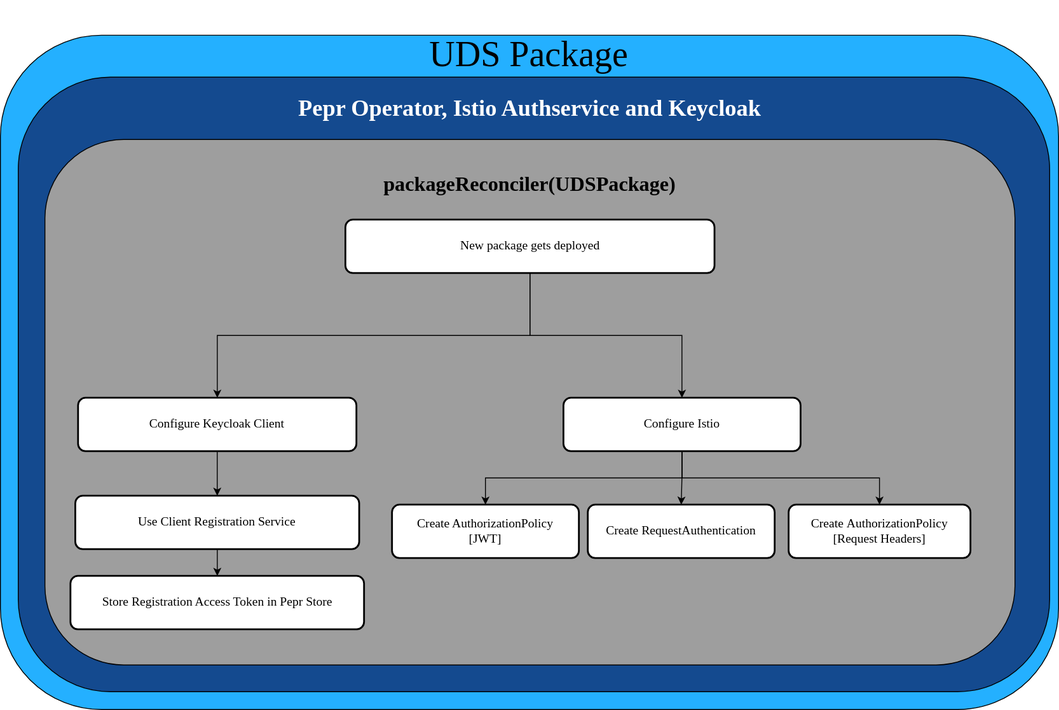
Before: docs/.images/diagrams/uds-core-operator-authservice-keycloak.svg, a diagram exported from draw.io (defenseunicorns/uds-core). Source tidied: cells renumbered, new cells last; positions are measured from the earlier drawing's top-left corner, leaving out a move shared by most shapes.
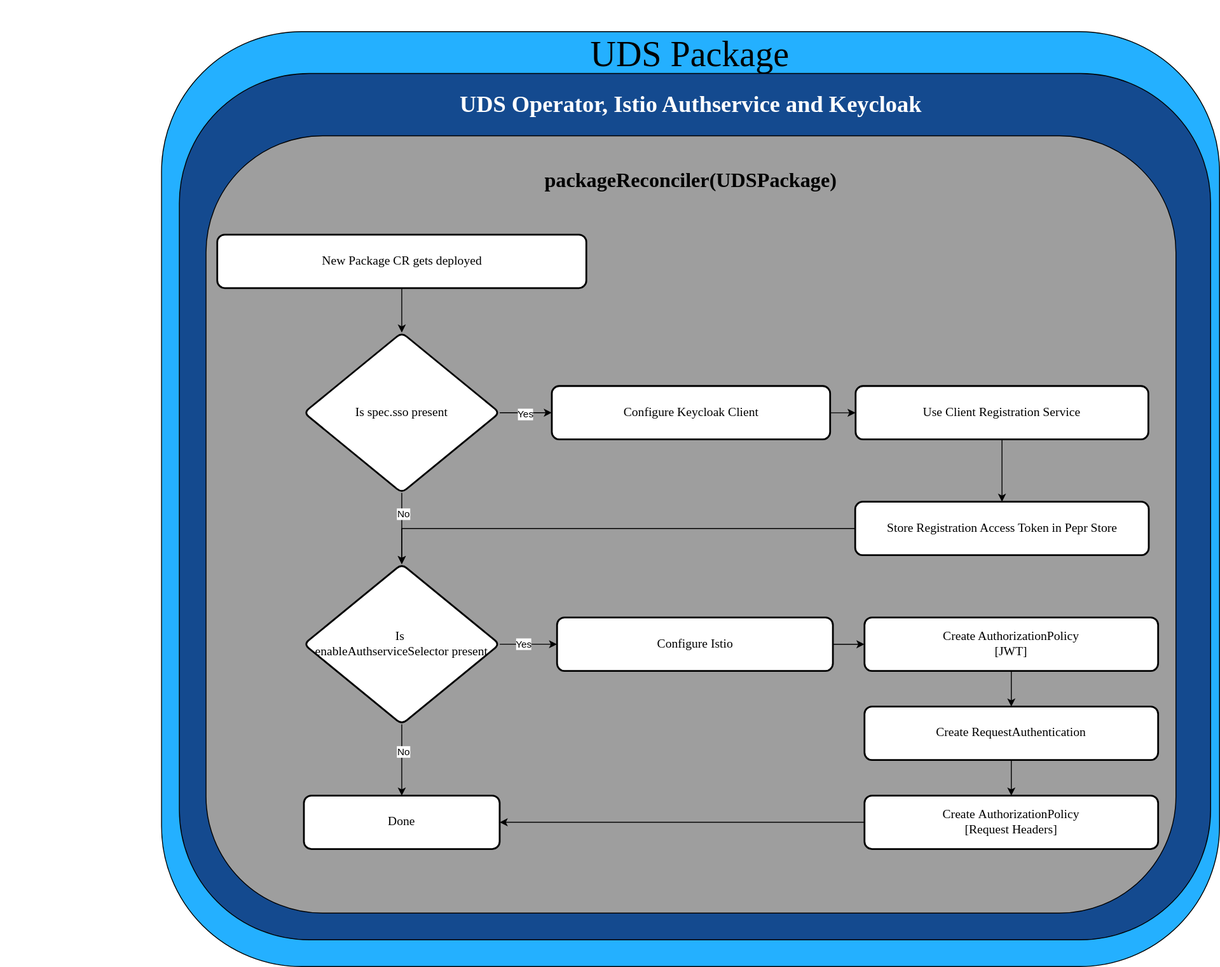
The same diagram one commit later.

The edit, as a diff of the source:
```diff
@@ -3,67 +3,111 @@
     <mxCell id="0" />
     <mxCell id="1" parent="0" />
     <mxCell id="2" style="rounded=1;whiteSpace=wrap;html=1;fontSize=12;glass=0;strokeWidth=1;shadow=0;fillColor=light-dark(#24B0FF,#24B0FF);strokeColor=light-dark(#000000,#000000);fontFamily=Poppins;fontSource=https%3A%2F%2Ffonts.googleapis.com%2Fcss%3Ffamily%3DPoppins;" parent="1" vertex="1">
-      <mxGeometry width="1189" height="757" as="geometry" />
+      <mxGeometry width="1189" height="1050" as="geometry" />
     </mxCell>
     <mxCell id="3" style="rounded=1;whiteSpace=wrap;html=1;fontSize=12;glass=0;strokeWidth=1;shadow=0;fillColor=light-dark(#144A8F,#144A8F);strokeColor=light-dark(#000000,#000000);fontFamily=Poppins;fontSource=https%3A%2F%2Ffonts.googleapis.com%2Fcss%3Ffamily%3DPoppins;" parent="1" vertex="1">
-      <mxGeometry x="20" y="47" width="1159" height="690" as="geometry" />
+      <mxGeometry x="20" y="47" width="1159" height="973" as="geometry" />
     </mxCell>
     <mxCell id="4" value="&lt;h1&gt;&lt;font style=&quot;font-size: 40px; font-weight: normal;&quot;&gt;UDS Package&lt;/font&gt;&lt;/h1&gt;" style="text;html=1;align=center;verticalAlign=middle;whiteSpace=wrap;rounded=0;fontColor=light-dark(#000000,#000000);fontFamily=Teko;fontSource=https%3A%2F%2Ffonts.googleapis.com%2Fcss%3Ffamily%3DTeko;fontSize=23;fontStyle=1;" parent="1" vertex="1">
-      <mxGeometry x="464.3" y="4" width="260.3" height="30" as="geometry" />
+      <mxGeometry x="464.3" y="8" width="260.3" height="30" as="geometry" />
     </mxCell>
-    <mxCell id="5" value="&lt;b&gt;&lt;font style=&quot;font-size: 26px;&quot;&gt;Pepr Operator, Istio Authservice and Keycloak&lt;/font&gt;&lt;/b&gt;" style="text;html=1;align=center;verticalAlign=middle;whiteSpace=wrap;rounded=0;fontColor=light-dark(#FFFFFF,#FFFFFF);fontFamily=Poppins;fontSource=https%3A%2F%2Ffonts.googleapis.com%2Fcss%3Ffamily%3DPoppins;" parent="1" vertex="1">
+    <mxCell id="5" value="&lt;b&gt;&lt;font style=&quot;font-size: 26px;&quot;&gt;UDS Operator, Istio Authservice and Keycloak&lt;/font&gt;&lt;/b&gt;" style="text;html=1;align=center;verticalAlign=middle;whiteSpace=wrap;rounded=0;fontColor=light-dark(#FFFFFF,#FFFFFF);fontFamily=Poppins;fontSource=https%3A%2F%2Ffonts.googleapis.com%2Fcss%3Ffamily%3DPoppins;" parent="1" vertex="1">
       <mxGeometry x="207.9" y="67" width="774.2" height="30" as="geometry" />
     </mxCell>
     <mxCell id="6" style="rounded=1;whiteSpace=wrap;html=1;fontSize=12;glass=0;strokeWidth=1;shadow=0;fillColor=light-dark(#9E9E9E,#9E9E9E);strokeColor=light-dark(#000000,#000000);fontFamily=Poppins;fontSource=https%3A%2F%2Ffonts.googleapis.com%2Fcss%3Ffamily%3DPoppins;" parent="1" vertex="1">
-      <mxGeometry x="50" y="117" width="1090" height="590" as="geometry" />
+      <mxGeometry x="50" y="117" width="1090" height="873" as="geometry" />
     </mxCell>
     <mxCell id="7" value="&lt;h1&gt;&lt;font style=&quot;font-size: 23px; color: light-dark(rgb(0, 0, 0), rgb(0, 0, 0));&quot;&gt;packageReconciler(UDSPackage)&lt;/font&gt;&lt;/h1&gt;" style="text;html=1;align=center;verticalAlign=middle;whiteSpace=wrap;rounded=0;fontFamily=Poppins;fontSource=https%3A%2F%2Ffonts.googleapis.com%2Fcss%3Ffamily%3DPoppins;" parent="1" vertex="1">
       <mxGeometry x="95.2" y="147" width="999.6" height="40" as="geometry" />
     </mxCell>
-    <mxCell id="8" style="edgeStyle=orthogonalEdgeStyle;rounded=0;jettySize=auto;html=1;fontColor=light-dark(#000000,#000000);labelBackgroundColor=light-dark(#FFFFFF,#FFFFFF);strokeColor=light-dark(#000000,#000000);fontFamily=Poppins;fontSource=https%3A%2F%2Ffonts.googleapis.com%2Fcss%3Ffamily%3DPoppins;" parent="1" edge="1" source="9" target="11">
+    <mxCell id="8" style="edgeStyle=orthogonalEdgeStyle;rounded=0;jettySize=auto;html=1;" parent="1" edge="1" source="9" target="29">
       <mxGeometry relative="1" as="geometry" />
     </mxCell>
-    <mxCell id="9" value="New package gets deployed" style="rounded=1;whiteSpace=wrap;html=1;arcSize=14;strokeWidth=2;fillColor=light-dark(#FFFFFF,#FFFFFF);strokeColor=light-dark(#000000,#000000);fontColor=light-dark(#000000,#000000);fontSize=14;fontFamily=Poppins;fontSource=https%3A%2F%2Ffonts.googleapis.com%2Fcss%3Ffamily%3DPoppins;" parent="1" vertex="1">
-      <mxGeometry x="387.6" y="207" width="414.8" height="60" as="geometry" />
+    <mxCell id="9" value="&lt;font&gt;New Package CR gets deployed&lt;/font&gt;" style="rounded=1;whiteSpace=wrap;html=1;arcSize=14;strokeWidth=2;fillColor=light-dark(#FFFFFF,#FFFFFF);strokeColor=light-dark(#000000,#000000);fontColor=light-dark(#000000,#000000);fontSize=14;fontFamily=Poppins;" parent="1" vertex="1">
+      <mxGeometry x="62.6" y="228" width="414.8" height="60" as="geometry" />
     </mxCell>
     <mxCell id="10" style="edgeStyle=orthogonalEdgeStyle;rounded=0;jettySize=auto;html=1;fontColor=light-dark(#000000,#000000);labelBackgroundColor=light-dark(#FFFFFF,#FFFFFF);strokeColor=light-dark(#000000,#000000);fontFamily=Poppins;fontSource=https%3A%2F%2Ffonts.googleapis.com%2Fcss%3Ffamily%3DPoppins;" parent="1" edge="1" source="11" target="12">
       <mxGeometry relative="1" as="geometry" />
     </mxCell>
     <mxCell id="11" value="Configure Keycloak Client" style="rounded=1;whiteSpace=wrap;html=1;arcSize=14;strokeWidth=2;fillColor=light-dark(#FFFFFF,#FFFFFF);strokeColor=light-dark(#000000,#000000);fontColor=light-dark(#000000,#000000);fontSize=14;fontFamily=Poppins;fontSource=https%3A%2F%2Ffonts.googleapis.com%2Fcss%3Ffamily%3DPoppins;" parent="1" vertex="1">
-      <mxGeometry x="87.2" y="407" width="312.8" height="60" as="geometry" />
+      <mxGeometry x="438.6" y="398" width="312.8" height="60" as="geometry" />
     </mxCell>
     <mxCell id="12" value="Use Client Registration Service" style="rounded=1;whiteSpace=wrap;html=1;arcSize=14;strokeWidth=2;fillColor=light-dark(#FFFFFF,#FFFFFF);strokeColor=light-dark(#000000,#000000);fontColor=light-dark(#000000,#000000);fontSize=14;fontFamily=Poppins;fontSource=https%3A%2F%2Ffonts.googleapis.com%2Fcss%3Ffamily%3DPoppins;" parent="1" vertex="1">
-      <mxGeometry x="84.1" y="517" width="319" height="60" as="geometry" />
+      <mxGeometry x="780" y="398" width="329" height="60" as="geometry" />
     </mxCell>
-    <mxCell id="13" value="Store&amp;nbsp;Registration Access Token in Pepr Store" style="whiteSpace=wrap;html=1;fontSize=14;fontFamily=Poppins;fillColor=light-dark(#FFFFFF,#FFFFFF);strokeColor=light-dark(#000000,#000000);fontColor=light-dark(#000000,#000000);rounded=1;arcSize=14;strokeWidth=2;fontSource=https%3A%2F%2Ffonts.googleapis.com%2Fcss%3Ffamily%3DPoppins;" parent="1" vertex="1">
-      <mxGeometry x="78.7" y="607" width="329.9" height="60" as="geometry" />
+    <mxCell id="13" style="edgeStyle=orthogonalEdgeStyle;rounded=0;jettySize=auto;html=1;entryX=0.5;entryY=0;entryDx=0;entryDy=0;" parent="1" edge="1" source="14" target="26">
+      <mxGeometry relative="1" as="geometry" />
     </mxCell>
-    <mxCell id="14" style="edgeStyle=orthogonalEdgeStyle;rounded=0;jettySize=auto;html=1;strokeColor=#000000;" parent="1" edge="1" source="12" target="13">
-      <mxGeometry relative="1" as="geometry" />
+    <mxCell id="14" value="Store&amp;nbsp;Registration Access Token in Pepr Store" style="whiteSpace=wrap;html=1;fontSize=14;fontFamily=Poppins;fillColor=light-dark(#FFFFFF,#FFFFFF);strokeColor=light-dark(#000000,#000000);fontColor=light-dark(#000000,#000000);rounded=1;arcSize=14;strokeWidth=2;fontSource=https%3A%2F%2Ffonts.googleapis.com%2Fcss%3Ffamily%3DPoppins;" parent="1" vertex="1">
+      <mxGeometry x="779.6" y="528" width="329.9" height="60" as="geometry" />
     </mxCell>
-    <mxCell id="15" value="Configure Istio" style="whiteSpace=wrap;html=1;fontSize=14;fontFamily=Poppins;fillColor=light-dark(#FFFFFF,#FFFFFF);strokeColor=light-dark(#000000,#000000);fontColor=light-dark(#000000,#000000);rounded=1;arcSize=14;strokeWidth=2;fontSource=https%3A%2F%2Ffonts.googleapis.com%2Fcss%3Ffamily%3DPoppins;" parent="1" vertex="1">
-      <mxGeometry x="632.6" y="407" width="266.5" height="60" as="geometry" />
+    <mxCell id="15" style="edgeStyle=orthogonalEdgeStyle;rounded=0;jettySize=auto;html=1;strokeColor=#000000;" parent="1" edge="1" source="12" target="14">
+      <mxGeometry relative="1" as="geometry" />
     </mxCell>
-    <mxCell id="16" style="edgeStyle=orthogonalEdgeStyle;rounded=0;jettySize=auto;html=1;strokeColor=#000000;" parent="1" edge="1" source="9" target="15">
-      <mxGeometry relative="1" as="geometry" />
+    <mxCell id="16" value="Configure Istio" style="whiteSpace=wrap;html=1;fontSize=14;fontFamily=Poppins;fillColor=light-dark(#FFFFFF,#FFFFFF);strokeColor=light-dark(#000000,#000000);fontColor=light-dark(#000000,#000000);rounded=1;arcSize=14;strokeWidth=2;fontSource=https%3A%2F%2Ffonts.googleapis.com%2Fcss%3Ffamily%3DPoppins;" parent="1" vertex="1">
+      <mxGeometry x="444.5" y="658" width="310" height="60" as="geometry" />
     </mxCell>
-    <mxCell id="17" value="Create AuthorizationPolicy&lt;br&gt;[JWT]" style="whiteSpace=wrap;html=1;fontSize=14;fontFamily=Poppins;fillColor=light-dark(#FFFFFF,#FFFFFF);strokeColor=light-dark(#000000,#000000);fontColor=light-dark(#000000,#000000);rounded=1;arcSize=14;strokeWidth=2;fontSource=https%3A%2F%2Ffonts.googleapis.com%2Fcss%3Ffamily%3DPoppins;" parent="1" vertex="1">
-      <mxGeometry x="440" y="527" width="210" height="60" as="geometry" />
+    <mxCell id="17" style="edgeStyle=orthogonalEdgeStyle;rounded=0;jettySize=auto;html=1;" parent="1" edge="1" source="18" target="21">
+      <mxGeometry relative="1" as="geometry" />
     </mxCell>
-    <mxCell id="18" style="edgeStyle=orthogonalEdgeStyle;rounded=0;jettySize=auto;html=1;strokeColor=#000000;" parent="1" edge="1" source="15" target="17">
-      <mxGeometry relative="1" as="geometry" />
+    <mxCell id="18" value="Create AuthorizationPolicy&lt;br&gt;[JWT]" style="whiteSpace=wrap;html=1;fontSize=14;fontFamily=Poppins;fillColor=light-dark(#FFFFFF,#FFFFFF);strokeColor=light-dark(#000000,#000000);fontColor=light-dark(#000000,#000000);rounded=1;arcSize=14;strokeWidth=2;fontSource=https%3A%2F%2Ffonts.googleapis.com%2Fcss%3Ffamily%3DPoppins;" parent="1" vertex="1">
+      <mxGeometry x="790" y="658" width="330" height="60" as="geometry" />
     </mxCell>
-    <mxCell id="19" value="Create&amp;nbsp;RequestAuthentication" style="whiteSpace=wrap;html=1;fontSize=14;fontFamily=Poppins;fillColor=light-dark(#FFFFFF,#FFFFFF);strokeColor=light-dark(#000000,#000000);fontColor=light-dark(#000000,#000000);rounded=1;arcSize=14;strokeWidth=2;fontSource=https%3A%2F%2Ffonts.googleapis.com%2Fcss%3Ffamily%3DPoppins;" parent="1" vertex="1">
-      <mxGeometry x="660" y="527" width="210" height="60" as="geometry" />
+    <mxCell id="19" style="edgeStyle=orthogonalEdgeStyle;rounded=0;jettySize=auto;html=1;strokeColor=#000000;" parent="1" edge="1" source="16" target="18">
+      <mxGeometry relative="1" as="geometry" />
     </mxCell>
-    <mxCell id="20" style="edgeStyle=orthogonalEdgeStyle;rounded=0;jettySize=auto;html=1;strokeColor=#000000;" parent="1" edge="1" source="15" target="19">
+    <mxCell id="20" style="edgeStyle=orthogonalEdgeStyle;rounded=0;jettySize=auto;html=1;" parent="1" edge="1" source="21" target="23">
       <mxGeometry relative="1" as="geometry" />
     </mxCell>
-    <mxCell id="21" value="Create&amp;nbsp;AuthorizationPolicy&lt;br&gt;[Request Headers]" style="whiteSpace=wrap;html=1;fontSize=14;fontFamily=Poppins;fillColor=light-dark(#FFFFFF,#FFFFFF);strokeColor=light-dark(#000000,#000000);fontColor=light-dark(#000000,#000000);rounded=1;arcSize=14;strokeWidth=2;fontSource=https%3A%2F%2Ffonts.googleapis.com%2Fcss%3Ffamily%3DPoppins;" parent="1" vertex="1">
-      <mxGeometry x="885.7" y="527" width="204.3" height="60" as="geometry" />
+    <mxCell id="21" value="Create&amp;nbsp;RequestAuthentication" style="whiteSpace=wrap;html=1;fontSize=14;fontFamily=Poppins;fillColor=light-dark(#FFFFFF,#FFFFFF);strokeColor=light-dark(#000000,#000000);fontColor=light-dark(#000000,#000000);rounded=1;arcSize=14;strokeWidth=2;fontSource=https%3A%2F%2Ffonts.googleapis.com%2Fcss%3Ffamily%3DPoppins;" parent="1" vertex="1">
+      <mxGeometry x="790" y="758" width="330" height="60" as="geometry" />
     </mxCell>
-    <mxCell id="22" style="edgeStyle=orthogonalEdgeStyle;rounded=0;jettySize=auto;html=1;strokeColor=#000000;" parent="1" edge="1" source="15" target="21">
+    <mxCell id="22" style="edgeStyle=orthogonalEdgeStyle;rounded=0;jettySize=auto;html=1;" parent="1" edge="1" source="23" target="30">
       <mxGeometry relative="1" as="geometry" />
     </mxCell>
+    <mxCell id="23" value="Create&amp;nbsp;AuthorizationPolicy&lt;br&gt;[Request Headers]" style="whiteSpace=wrap;html=1;fontSize=14;fontFamily=Poppins;fillColor=light-dark(#FFFFFF,#FFFFFF);strokeColor=light-dark(#000000,#000000);fontColor=light-dark(#000000,#000000);rounded=1;arcSize=14;strokeWidth=2;fontSource=https%3A%2F%2Ffonts.googleapis.com%2Fcss%3Ffamily%3DPoppins;" parent="1" vertex="1">
+      <mxGeometry x="790" y="858" width="330" height="60" as="geometry" />
+    </mxCell>
+    <mxCell id="24" style="edgeStyle=orthogonalEdgeStyle;rounded=0;jettySize=auto;html=1;" parent="1" edge="1" source="26" target="30">
+      <mxGeometry relative="1" as="geometry" />
+    </mxCell>
+    <mxCell id="25" style="edgeStyle=orthogonalEdgeStyle;rounded=0;jettySize=auto;html=1;" parent="1" edge="1" source="26" target="16">
+      <mxGeometry relative="1" as="geometry" />
+    </mxCell>
+    <mxCell id="26" value="Is&amp;nbsp;&lt;br&gt;enableAuthserviceSelector present" style="rhombus;whiteSpace=wrap;html=1;rounded=1;arcSize=14;strokeWidth=2;fillColor=light-dark(#FFFFFF,#FFFFFF);strokeColor=light-dark(#000000,#000000);fontColor=light-dark(#000000,#000000);fontSize=14;fontFamily=Poppins;fontSource=https://fonts.googleapis.com/css?family=Poppins;" parent="1" vertex="1">
+      <mxGeometry x="160" y="598" width="220" height="180" as="geometry" />
+    </mxCell>
+    <mxCell id="27" style="edgeStyle=orthogonalEdgeStyle;rounded=0;jettySize=auto;html=1;" parent="1" edge="1" source="29" target="26">
+      <mxGeometry relative="1" as="geometry" />
+    </mxCell>
+    <mxCell id="28" style="edgeStyle=orthogonalEdgeStyle;rounded=0;jettySize=auto;html=1;" parent="1" edge="1" source="29" target="11">
+      <mxGeometry relative="1" as="geometry" />
+    </mxCell>
+    <mxCell id="29" value="Is&amp;nbsp;spec.sso present" style="rhombus;whiteSpace=wrap;html=1;rounded=1;arcSize=14;strokeWidth=2;fillColor=light-dark(#FFFFFF,#FFFFFF);strokeColor=light-dark(#000000,#000000);fontColor=light-dark(#000000,#000000);fontSize=14;fontFamily=Poppins;fontSource=https://fonts.googleapis.com/css?family=Poppins;" parent="1" vertex="1">
+      <mxGeometry x="160" y="338" width="220" height="180" as="geometry" />
+    </mxCell>
+    <mxCell id="30" value="Done" style="whiteSpace=wrap;html=1;fontSize=14;fontFamily=Poppins;fillColor=light-dark(#FFFFFF,#FFFFFF);strokeColor=light-dark(#000000,#000000);fontColor=light-dark(#000000,#000000);rounded=1;arcSize=14;strokeWidth=2;fontSource=https%3A%2F%2Ffonts.googleapis.com%2Fcss%3Ffamily%3DPoppins;" parent="1" vertex="1">
+      <mxGeometry x="160" y="858" width="220" height="60" as="geometry" />
+    </mxCell>
+    <mxCell id="31" value="Yes" style="edgeLabel;html=1;align=center;verticalAlign=middle;fontColor=light-dark(#000000,#000000);labelBackgroundColor=light-dark(#FFFFFF,#FFFFFF);" parent="1" vertex="1">
+      <mxGeometry x="-152" y="485" as="geometry">
+        <mxPoint x="560" y="-56" as="offset" />
+      </mxGeometry>
+    </mxCell>
+    <mxCell id="32" value="Yes" style="edgeLabel;html=1;align=center;verticalAlign=middle;fontColor=light-dark(#000000,#000000);labelBackgroundColor=light-dark(#FFFFFF,#FFFFFF);" parent="1" vertex="1">
+      <mxGeometry x="-46" y="744" as="geometry">
+        <mxPoint x="452" y="-57" as="offset" />
+      </mxGeometry>
+    </mxCell>
+    <mxCell id="33" value="No" style="edgeLabel;html=1;align=center;verticalAlign=middle;fontColor=light-dark(#000000,#000000);labelBackgroundColor=light-dark(#FFFFFF,#FFFFFF);" parent="1" vertex="1">
+      <mxGeometry x="-181" y="598" as="geometry">
+        <mxPoint x="452" y="-57" as="offset" />
+      </mxGeometry>
+    </mxCell>
+    <mxCell id="34" value="No" style="edgeLabel;html=1;align=center;verticalAlign=middle;fontColor=light-dark(#000000,#000000);labelBackgroundColor=light-dark(#FFFFFF,#FFFFFF);" parent="1" vertex="1">
+      <mxGeometry x="-181" y="865" as="geometry">
+        <mxPoint x="452" y="-57" as="offset" />
+      </mxGeometry>
+    </mxCell>
   </root>
 </mxGraphModel>
```
